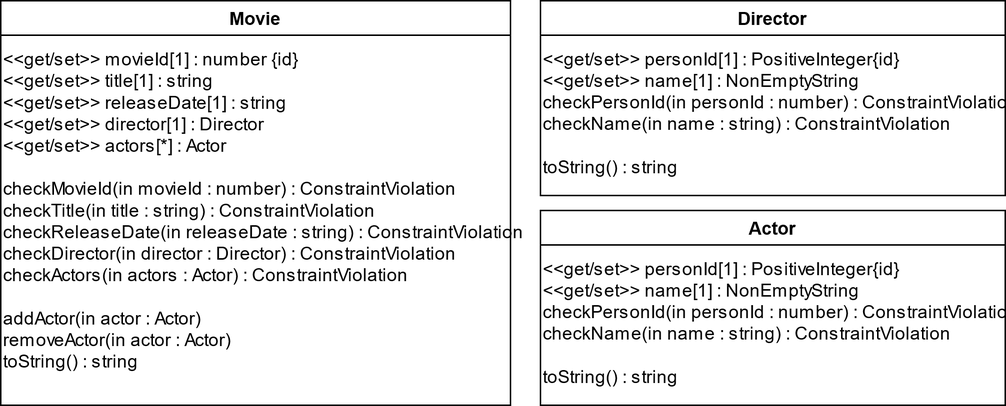
The draw.io diagram graphics/assignment4/assignment4 js class model.png in durinfab/webapp-group6, before a commit. Source tidied: cells renumbered, new cells last; positions are measured from the earlier drawing's top-left corner, leaving out a move shared by most shapes. Its diagram source:
```xml
<mxGraphModel background="#ffffff">
  <root>
    <mxCell id="0" />
    <mxCell id="1" parent="0" />
    <mxCell id="2" value="Actor" style="swimlane;align=center;" parent="1" vertex="1">
      <mxGeometry x="360" y="140" width="310" height="130" as="geometry" />
    </mxCell>
    <mxCell id="3" value="&lt;div align=&quot;left&quot;&gt;&amp;lt;&amp;lt;get/set&amp;gt;&amp;gt; personId[1] : PositiveInteger{id}&lt;/div&gt;&lt;div align=&quot;left&quot;&gt;&amp;lt;&amp;lt;get/set&amp;gt;&amp;gt; name[1] : NonEmptyString&lt;/div&gt;&lt;div align=&quot;left&quot;&gt;checkPersonId(in personId : number) : ConstraintViolation&lt;/div&gt;&lt;div align=&quot;left&quot;&gt;checkName(in name : string) : ConstraintViolation&lt;/div&gt;&lt;div align=&quot;left&quot;&gt;&amp;nbsp;&amp;nbsp; &amp;nbsp;&amp;nbsp;&amp;nbsp;&amp;nbsp; &lt;br&gt;&lt;/div&gt;&lt;div align=&quot;left&quot;&gt;toString() : string&lt;/div&gt;" style="text;html=1;align=left;verticalAlign=middle;strokeColor=none;" parent="2" vertex="1">
      <mxGeometry y="30" width="310" height="90" as="geometry" />
    </mxCell>
    <mxCell id="4" value="Movie" style="swimlane;align=center;" parent="1" vertex="1">
      <mxGeometry width="340" height="270" as="geometry" />
    </mxCell>
    <mxCell id="5" value="&lt;div align=&quot;left&quot;&gt;&amp;lt;&amp;lt;get/set&amp;gt;&amp;gt; movieId[1] : number {id}&lt;br&gt;&amp;lt;&amp;lt;get/set&amp;gt;&amp;gt; title[1] : string&lt;br&gt;&amp;lt;&amp;lt;get/set&amp;gt;&amp;gt; releaseDate[1] : string&lt;br&gt;&amp;lt;&amp;lt;get/set&amp;gt;&amp;gt; director[1] : Director&lt;br&gt;&amp;lt;&amp;lt;get/set&amp;gt;&amp;gt; actors[*] : Actor&lt;/div&gt;&lt;div align=&quot;left&quot;&gt;&lt;br&gt;&lt;/div&gt;&lt;div align=&quot;left&quot;&gt;checkMovieId(in movieId : number) : ConstraintViolation &amp;nbsp; &amp;nbsp;&amp;nbsp;&amp;nbsp;&amp;nbsp; &lt;br&gt;&lt;/div&gt;&lt;div align=&quot;left&quot;&gt;checkTitle(in title : string) : ConstraintViolation&lt;/div&gt;&lt;div align=&quot;left&quot;&gt;checkReleaseDate(in releaseDate : string) : ConstraintViolation&amp;nbsp; &lt;br&gt;&lt;/div&gt;&lt;div align=&quot;left&quot;&gt;checkDirector(in director : Director) : ConstraintViolation &amp;nbsp; &amp;nbsp;&amp;nbsp;&amp;nbsp;&amp;nbsp;  &amp;nbsp;&amp;nbsp;&amp;nbsp;&amp;nbsp; &lt;br&gt;&lt;/div&gt;&lt;div align=&quot;left&quot;&gt;checkActors(in actors : Actor) : ConstraintViolation&lt;/div&gt;&lt;div align=&quot;left&quot;&gt;&lt;br&gt;&lt;/div&gt;&lt;div align=&quot;left&quot;&gt;addActor(in actor : Actor)&lt;/div&gt;&lt;div align=&quot;left&quot;&gt;removeActor(in actor : Actor)&lt;/div&gt;&lt;div align=&quot;left&quot;&gt;toString() : string&lt;/div&gt;" style="text;html=1;align=left;verticalAlign=middle;strokeColor=none;" parent="4" vertex="1">
      <mxGeometry y="30" width="350" height="220" as="geometry" />
    </mxCell>
    <mxCell id="6" value="Director" style="swimlane;align=center;" parent="1" vertex="1">
      <mxGeometry x="360" width="310" height="130" as="geometry" />
    </mxCell>
    <mxCell id="7" value="&lt;div align=&quot;left&quot;&gt;&amp;lt;&amp;lt;get/set&amp;gt;&amp;gt; personId[1] : PositiveInteger{id}&lt;/div&gt;&lt;div align=&quot;left&quot;&gt;&amp;lt;&amp;lt;get/set&amp;gt;&amp;gt; name[1] : NonEmptyString&lt;/div&gt;&lt;div align=&quot;left&quot;&gt;checkPersonId(in personId : number) : ConstraintViolation&lt;/div&gt;&lt;div align=&quot;left&quot;&gt;checkName(in name : string) : ConstraintViolation&lt;/div&gt;&lt;div align=&quot;left&quot;&gt;&amp;nbsp;&amp;nbsp; &amp;nbsp;&amp;nbsp;&amp;nbsp;&amp;nbsp; &lt;br&gt;&lt;/div&gt;&lt;div align=&quot;left&quot;&gt;toString() : string&lt;/div&gt;" style="text;html=1;align=left;verticalAlign=middle;strokeColor=none;" parent="6" vertex="1">
      <mxGeometry y="30" width="310" height="90" as="geometry" />
    </mxCell>
  </root>
</mxGraphModel>
```
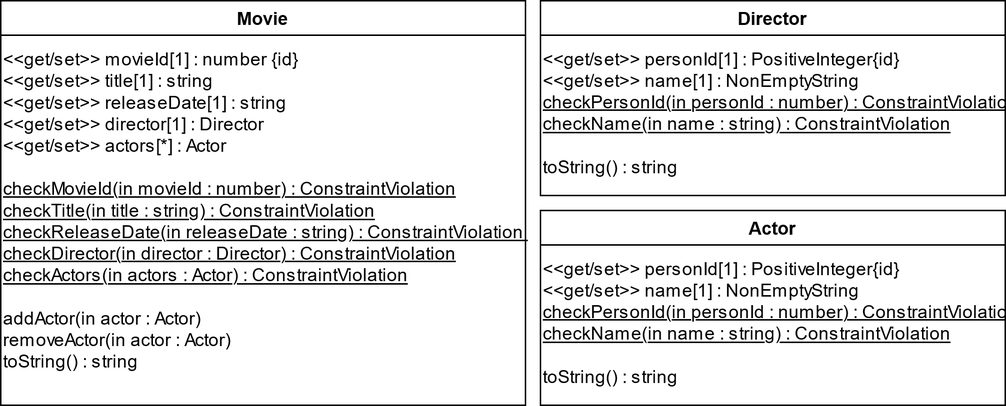
Above is the later version.

Commit message:
reordered model files again and provided oo and js class model for assignment 5

Change to the diagram source:
```diff
@@ -5,19 +5,19 @@
     <mxCell id="2" value="Actor" style="swimlane;align=center;" parent="1" vertex="1">
       <mxGeometry x="360" y="140" width="310" height="130" as="geometry" />
     </mxCell>
-    <mxCell id="3" value="&lt;div align=&quot;left&quot;&gt;&amp;lt;&amp;lt;get/set&amp;gt;&amp;gt; personId[1] : PositiveInteger{id}&lt;/div&gt;&lt;div align=&quot;left&quot;&gt;&amp;lt;&amp;lt;get/set&amp;gt;&amp;gt; name[1] : NonEmptyString&lt;/div&gt;&lt;div align=&quot;left&quot;&gt;checkPersonId(in personId : number) : ConstraintViolation&lt;/div&gt;&lt;div align=&quot;left&quot;&gt;checkName(in name : string) : ConstraintViolation&lt;/div&gt;&lt;div align=&quot;left&quot;&gt;&amp;nbsp;&amp;nbsp; &amp;nbsp;&amp;nbsp;&amp;nbsp;&amp;nbsp; &lt;br&gt;&lt;/div&gt;&lt;div align=&quot;left&quot;&gt;toString() : string&lt;/div&gt;" style="text;html=1;align=left;verticalAlign=middle;strokeColor=none;" parent="2" vertex="1">
+    <mxCell id="3" value="&lt;div align=&quot;left&quot;&gt;&amp;lt;&amp;lt;get/set&amp;gt;&amp;gt; personId[1] : PositiveInteger{id}&lt;/div&gt;&lt;div align=&quot;left&quot;&gt;&amp;lt;&amp;lt;get/set&amp;gt;&amp;gt; name[1] : NonEmptyString&lt;/div&gt;&lt;div align=&quot;left&quot;&gt;&lt;u&gt;checkPersonId(in personId : number) : ConstraintViolation&lt;/u&gt;&lt;/div&gt;&lt;div align=&quot;left&quot;&gt;&lt;u&gt;checkName(in name : string) : ConstraintViolation&lt;/u&gt;&lt;/div&gt;&lt;div align=&quot;left&quot;&gt;&amp;nbsp;&amp;nbsp; &amp;nbsp;&amp;nbsp;&amp;nbsp;&amp;nbsp; &lt;br&gt;&lt;/div&gt;&lt;div align=&quot;left&quot;&gt;toString() : string&lt;/div&gt;" style="text;html=1;align=left;verticalAlign=middle;strokeColor=none;" parent="2" vertex="1">
       <mxGeometry y="30" width="310" height="90" as="geometry" />
     </mxCell>
     <mxCell id="4" value="Movie" style="swimlane;align=center;" parent="1" vertex="1">
-      <mxGeometry width="340" height="270" as="geometry" />
+      <mxGeometry width="350" height="270" as="geometry" />
     </mxCell>
-    <mxCell id="5" value="&lt;div align=&quot;left&quot;&gt;&amp;lt;&amp;lt;get/set&amp;gt;&amp;gt; movieId[1] : number {id}&lt;br&gt;&amp;lt;&amp;lt;get/set&amp;gt;&amp;gt; title[1] : string&lt;br&gt;&amp;lt;&amp;lt;get/set&amp;gt;&amp;gt; releaseDate[1] : string&lt;br&gt;&amp;lt;&amp;lt;get/set&amp;gt;&amp;gt; director[1] : Director&lt;br&gt;&amp;lt;&amp;lt;get/set&amp;gt;&amp;gt; actors[*] : Actor&lt;/div&gt;&lt;div align=&quot;left&quot;&gt;&lt;br&gt;&lt;/div&gt;&lt;div align=&quot;left&quot;&gt;checkMovieId(in movieId : number) : ConstraintViolation &amp;nbsp; &amp;nbsp;&amp;nbsp;&amp;nbsp;&amp;nbsp; &lt;br&gt;&lt;/div&gt;&lt;div align=&quot;left&quot;&gt;checkTitle(in title : string) : ConstraintViolation&lt;/div&gt;&lt;div align=&quot;left&quot;&gt;checkReleaseDate(in releaseDate : string) : ConstraintViolation&amp;nbsp; &lt;br&gt;&lt;/div&gt;&lt;div align=&quot;left&quot;&gt;checkDirector(in director : Director) : ConstraintViolation &amp;nbsp; &amp;nbsp;&amp;nbsp;&amp;nbsp;&amp;nbsp;  &amp;nbsp;&amp;nbsp;&amp;nbsp;&amp;nbsp; &lt;br&gt;&lt;/div&gt;&lt;div align=&quot;left&quot;&gt;checkActors(in actors : Actor) : ConstraintViolation&lt;/div&gt;&lt;div align=&quot;left&quot;&gt;&lt;br&gt;&lt;/div&gt;&lt;div align=&quot;left&quot;&gt;addActor(in actor : Actor)&lt;/div&gt;&lt;div align=&quot;left&quot;&gt;removeActor(in actor : Actor)&lt;/div&gt;&lt;div align=&quot;left&quot;&gt;toString() : string&lt;/div&gt;" style="text;html=1;align=left;verticalAlign=middle;strokeColor=none;" parent="4" vertex="1">
+    <mxCell id="5" value="&lt;div align=&quot;left&quot;&gt;&amp;lt;&amp;lt;get/set&amp;gt;&amp;gt; movieId[1] : number {id}&lt;br&gt;&amp;lt;&amp;lt;get/set&amp;gt;&amp;gt; title[1] : string&lt;br&gt;&amp;lt;&amp;lt;get/set&amp;gt;&amp;gt; releaseDate[1] : string&lt;br&gt;&amp;lt;&amp;lt;get/set&amp;gt;&amp;gt; director[1] : Director&lt;br&gt;&amp;lt;&amp;lt;get/set&amp;gt;&amp;gt; actors[*] : Actor&lt;/div&gt;&lt;div align=&quot;left&quot;&gt;&lt;br&gt;&lt;/div&gt;&lt;div align=&quot;left&quot;&gt;&lt;u&gt;checkMovieId(in movieId : number) : ConstraintViolation &lt;br&gt;&lt;/u&gt;&lt;/div&gt;&lt;div align=&quot;left&quot;&gt;&lt;u&gt;checkTitle(in title : string) : ConstraintViolation&lt;/u&gt;&lt;/div&gt;&lt;div align=&quot;left&quot;&gt;&lt;u&gt;checkReleaseDate(in releaseDate : string) : ConstraintViolation&amp;nbsp; &lt;br&gt;&lt;/u&gt;&lt;/div&gt;&lt;div align=&quot;left&quot;&gt;&lt;u&gt;checkDirector(in director : Director) : ConstraintViolation &lt;br&gt;&lt;/u&gt;&lt;/div&gt;&lt;div align=&quot;left&quot;&gt;&lt;u&gt;checkActors(in actors : Actor) : ConstraintViolation&lt;/u&gt;&lt;/div&gt;&lt;div align=&quot;left&quot;&gt;&lt;br&gt;&lt;/div&gt;&lt;div align=&quot;left&quot;&gt;addActor(in actor : Actor)&lt;/div&gt;&lt;div align=&quot;left&quot;&gt;removeActor(in actor : Actor)&lt;/div&gt;&lt;div align=&quot;left&quot;&gt;toString() : string&lt;/div&gt;" style="text;html=1;align=left;verticalAlign=middle;strokeColor=none;" parent="4" vertex="1">
       <mxGeometry y="30" width="350" height="220" as="geometry" />
     </mxCell>
     <mxCell id="6" value="Director" style="swimlane;align=center;" parent="1" vertex="1">
       <mxGeometry x="360" width="310" height="130" as="geometry" />
     </mxCell>
-    <mxCell id="7" value="&lt;div align=&quot;left&quot;&gt;&amp;lt;&amp;lt;get/set&amp;gt;&amp;gt; personId[1] : PositiveInteger{id}&lt;/div&gt;&lt;div align=&quot;left&quot;&gt;&amp;lt;&amp;lt;get/set&amp;gt;&amp;gt; name[1] : NonEmptyString&lt;/div&gt;&lt;div align=&quot;left&quot;&gt;checkPersonId(in personId : number) : ConstraintViolation&lt;/div&gt;&lt;div align=&quot;left&quot;&gt;checkName(in name : string) : ConstraintViolation&lt;/div&gt;&lt;div align=&quot;left&quot;&gt;&amp;nbsp;&amp;nbsp; &amp;nbsp;&amp;nbsp;&amp;nbsp;&amp;nbsp; &lt;br&gt;&lt;/div&gt;&lt;div align=&quot;left&quot;&gt;toString() : string&lt;/div&gt;" style="text;html=1;align=left;verticalAlign=middle;strokeColor=none;" parent="6" vertex="1">
+    <mxCell id="7" value="&lt;div align=&quot;left&quot;&gt;&amp;lt;&amp;lt;get/set&amp;gt;&amp;gt; personId[1] : PositiveInteger{id}&lt;/div&gt;&lt;div align=&quot;left&quot;&gt;&amp;lt;&amp;lt;get/set&amp;gt;&amp;gt; name[1] : NonEmptyString&lt;/div&gt;&lt;div align=&quot;left&quot;&gt;&lt;u&gt;checkPersonId(in personId : number) : ConstraintViolation&lt;/u&gt;&lt;/div&gt;&lt;div align=&quot;left&quot;&gt;&lt;u&gt;checkName(in name : string) : ConstraintViolation&lt;/u&gt;&lt;/div&gt;&lt;div align=&quot;left&quot;&gt;&amp;nbsp;&amp;nbsp; &amp;nbsp;&amp;nbsp;&amp;nbsp;&amp;nbsp; &lt;br&gt;&lt;/div&gt;&lt;div align=&quot;left&quot;&gt;toString() : string&lt;/div&gt;" style="text;html=1;align=left;verticalAlign=middle;strokeColor=none;" parent="6" vertex="1">
       <mxGeometry y="30" width="310" height="90" as="geometry" />
     </mxCell>
   </root>
```
